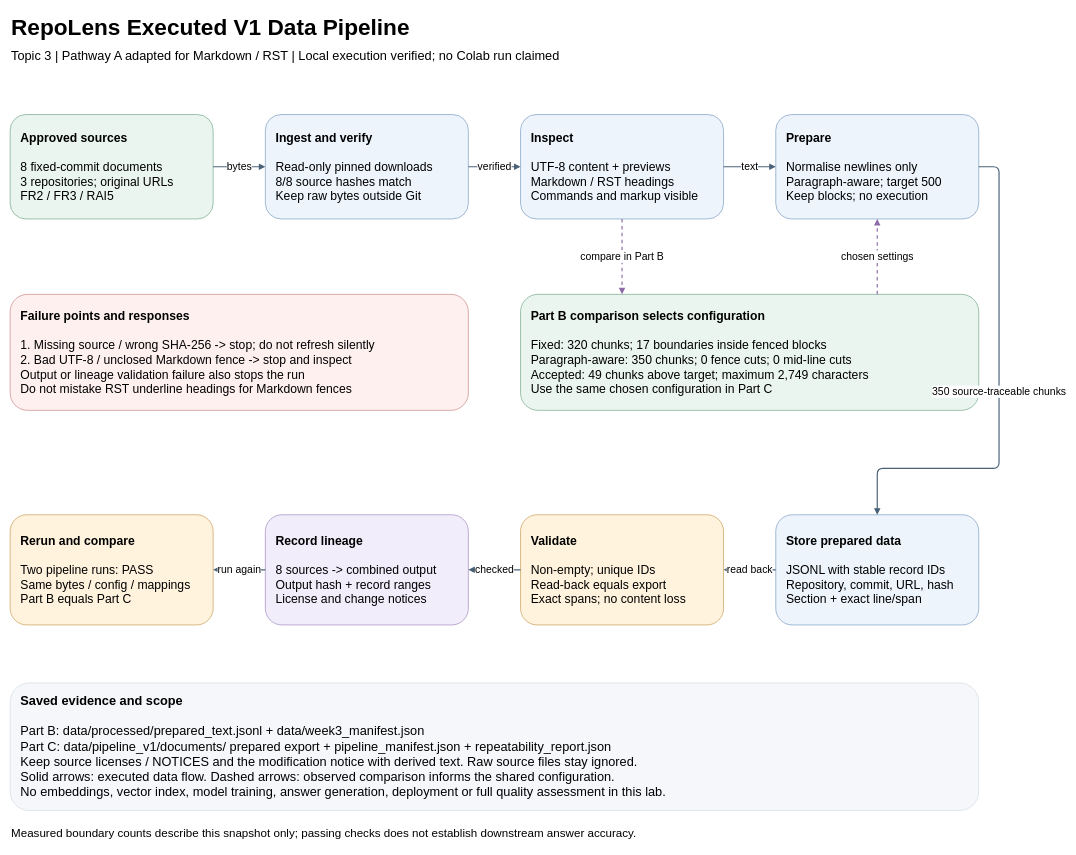
Above: docs/week3_pipeline_diagram.drawio in dnarrayana08/ai-engineering-RepoLens (draw.io), before the change. Source tidied: cells renumbered, new cells numbered last; positions are measured from the earlier drawing's top-left corner, leaving out a move shared by most shapes. Both pictures are drawn from the tidied source at 58%, with x=0, y=0 at pixel (10, 10).
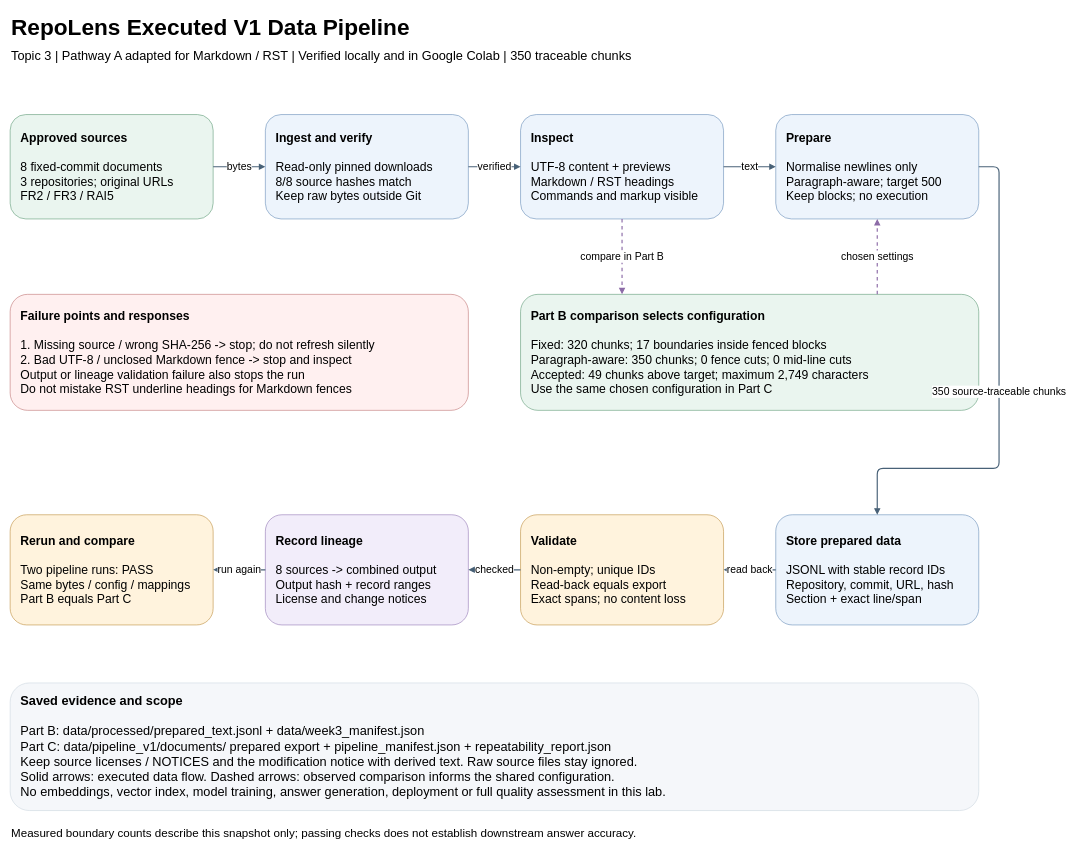
Above is the later version.

Commit message (it also covers changes not shown here):
Week 3: Record actual Colab manifests and finalize lab evidence

Diff of the diagram source:
```diff
@@
-    <mxCell id="3" value="Topic 3 | Pathway A adapted for Markdown / RST | Local execution verified; no Colab run claimed" style="text;html=1;fontSize=22;align=left;" parent="1" vertex="1">
+    <mxCell id="3" value="Topic 3 | Pathway A adapted for Markdown / RST | Verified locally and in Google Colab | 350 traceable chunks" style="text;html=1;fontSize=22;align=left;" parent="1" vertex="1">
       <mxGeometry y="60" width="1670" height="45" as="geometry" />
     </mxCell>
```
